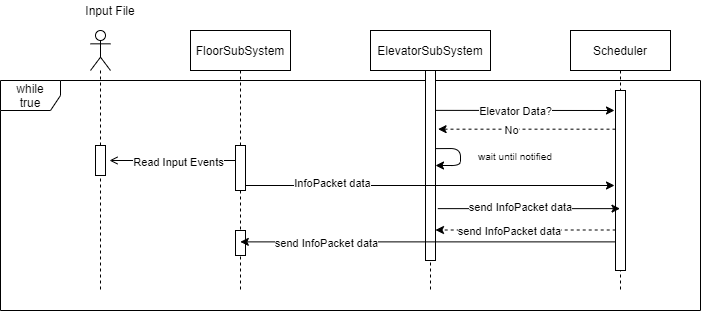
The draw.io diagram Project Details/UML/Sequence_UML_iterOne.png in SebGadzinski/SYSC3303-ElevatorProject, before a commit. Source tidied: cells renumbered, new cells last; positions are measured from the earlier drawing's top-left corner, leaving out a move shared by most shapes. The source it was exported from:
```xml
<mxGraphModel>
  <root>
    <mxCell id="0" />
    <mxCell id="1" parent="0" />
    <mxCell id="2" value="while&lt;br&gt;true" style="shape=umlFrame;whiteSpace=wrap;html=1;" parent="1" vertex="1">
      <mxGeometry y="80" width="700" height="230" as="geometry" />
    </mxCell>
    <mxCell id="3" value="ElevatorSubSystem" style="shape=umlLifeline;perimeter=lifelinePerimeter;rounded=0;shadow=0;strokeWidth=1;" parent="1" vertex="1">
      <mxGeometry x="370" y="30" width="120" height="260" as="geometry" />
    </mxCell>
    <mxCell id="4" style="html=1;points=[];perimeter=orthogonalPerimeter;" parent="3" vertex="1">
      <mxGeometry x="55" y="40" width="10" height="190" as="geometry" />
    </mxCell>
    <mxCell id="5" style="endArrow=classic;html=1;exitX=1.029;exitY=0.513;exitDx=0;exitDy=0;exitPerimeter=0;" parent="3" edge="1">
      <mxGeometry relative="1" as="geometry">
        <mxPoint x="65.3" y="118.1" as="sourcePoint" />
        <mxPoint x="65" y="135" as="targetPoint" />
        <Array as="points">
          <mxPoint x="90" y="118" />
          <mxPoint x="90" y="135" />
        </Array>
      </mxGeometry>
    </mxCell>
    <mxCell id="6" value="FloorSubSystem" style="shape=umlLifeline;perimeter=lifelinePerimeter;rounded=0;shadow=0;strokeWidth=1;" parent="1" vertex="1">
      <mxGeometry x="190" y="30" width="100" height="260" as="geometry" />
    </mxCell>
    <mxCell id="7" style="html=1;points=[];perimeter=orthogonalPerimeter;" parent="6" vertex="1">
      <mxGeometry x="45" y="115" width="10" height="45" as="geometry" />
    </mxCell>
    <mxCell id="8" style="html=1;perimeter=orthogonalPerimeter;" parent="6" vertex="1">
      <mxGeometry x="45" y="200" width="10" height="25" as="geometry" />
    </mxCell>
    <mxCell id="9" value="Scheduler" style="shape=umlLifeline;perimeter=lifelinePerimeter;rounded=0;shadow=0;strokeWidth=1;" parent="1" vertex="1">
      <mxGeometry x="570" y="30" width="100" height="260" as="geometry" />
    </mxCell>
    <mxCell id="10" style="html=1;points=[];perimeter=orthogonalPerimeter;" parent="9" vertex="1">
      <mxGeometry x="45" y="60" width="10" height="180" as="geometry" />
    </mxCell>
    <mxCell id="11" style="shape=umlLifeline;participant=umlActor;perimeter=lifelinePerimeter;whiteSpace=wrap;html=1;verticalAlign=top;spacingTop=36;" parent="1" vertex="1">
      <mxGeometry x="90" y="30" width="20" height="260" as="geometry" />
    </mxCell>
    <mxCell id="12" style="html=1;perimeter=orthogonalPerimeter;" parent="11" vertex="1">
      <mxGeometry x="5" y="115" width="10" height="30" as="geometry" />
    </mxCell>
    <mxCell id="13" value="Input File" style="text;html=1;strokeColor=none;fillColor=none;align=center;verticalAlign=middle;whiteSpace=wrap;rounded=0;" parent="1" vertex="1">
      <mxGeometry x="75" width="70" height="20" as="geometry" />
    </mxCell>
    <mxCell id="14" style="endArrow=open;html=1;endFill=0;" parent="1" edge="1" source="7">
      <mxGeometry relative="1" as="geometry">
        <mxPoint x="109" y="160" as="targetPoint" />
      </mxGeometry>
    </mxCell>
    <mxCell id="15" value="Read Input Events" style="edgeLabel;html=1;align=center;verticalAlign=middle;" parent="14" vertex="1">
      <mxGeometry x="-0.28" y="2" relative="1" as="geometry">
        <mxPoint x="-12" as="offset" />
      </mxGeometry>
    </mxCell>
    <mxCell id="16" style="endArrow=classic;html=1;" parent="1" edge="1" source="7">
      <mxGeometry relative="1" as="geometry">
        <mxPoint x="614" y="185" as="targetPoint" />
      </mxGeometry>
    </mxCell>
    <mxCell id="17" value="InfoPacket data" style="edgeLabel;html=1;align=center;verticalAlign=middle;" parent="16" vertex="1">
      <mxGeometry x="-0.53" y="-2" relative="1" as="geometry">
        <mxPoint x="1.2" y="-4.2" as="offset" />
      </mxGeometry>
    </mxCell>
    <mxCell id="18" style="endArrow=classic;html=1;" parent="1" edge="1">
      <mxGeometry relative="1" as="geometry">
        <mxPoint x="435" y="109.9" as="sourcePoint" />
        <mxPoint x="614" y="110" as="targetPoint" />
      </mxGeometry>
    </mxCell>
    <mxCell id="19" value="Elevator Data?" style="edgeLabel;html=1;align=center;verticalAlign=middle;" parent="18" vertex="1">
      <mxGeometry x="-0.12" y="-1" relative="1" as="geometry" />
    </mxCell>
    <mxCell id="20" style="endArrow=classic;html=1;entryX=1.257;entryY=0.432;entryDx=0;entryDy=0;entryPerimeter=0;dashed=1;" parent="1" edge="1" source="10">
      <mxGeometry relative="1" as="geometry">
        <mxPoint x="437.6" y="128.7" as="targetPoint" />
      </mxGeometry>
    </mxCell>
    <mxCell id="21" value="No" style="edgeLabel;html=1;align=center;verticalAlign=middle;" parent="20" vertex="1">
      <mxGeometry x="0.18" y="1" relative="1" as="geometry" />
    </mxCell>
    <mxCell id="22" value="&lt;font style=&quot;font-size: 10px&quot;&gt;wait until notified&lt;/font&gt;" style="text;html=1;strokeColor=none;fillColor=none;align=center;verticalAlign=middle;whiteSpace=wrap;rounded=0;" parent="1" vertex="1">
      <mxGeometry x="460" y="145" width="110" height="20" as="geometry" />
    </mxCell>
    <mxCell id="23" style="endArrow=classic;html=1;dashed=1;exitX=0.021;exitY=0.775;exitDx=0;exitDy=0;exitPerimeter=0;" parent="1" edge="1" source="10" target="4">
      <mxGeometry relative="1" as="geometry" />
    </mxCell>
    <mxCell id="24" value="send InfoPacket data" style="edgeLabel;html=1;align=center;verticalAlign=middle;" parent="23" vertex="1">
      <mxGeometry x="0.18" y="1" relative="1" as="geometry" />
    </mxCell>
    <mxCell id="25" style="endArrow=classic;html=1;exitX=1.228;exitY=0.727;exitDx=0;exitDy=0;exitPerimeter=0;" parent="1" edge="1" source="4" target="9">
      <mxGeometry relative="1" as="geometry" />
    </mxCell>
    <mxCell id="26" value="send InfoPacket data" style="edgeLabel;html=1;align=center;verticalAlign=middle;" parent="25" vertex="1">
      <mxGeometry x="-0.1" y="1" relative="1" as="geometry" />
    </mxCell>
    <mxCell id="27" style="endArrow=classic;html=1;exitX=0.021;exitY=0.841;exitDx=0;exitDy=0;exitPerimeter=0;" parent="1" edge="1" source="10" target="6">
      <mxGeometry relative="1" as="geometry" />
    </mxCell>
    <mxCell id="28" value="send InfoPacket data" style="edgeLabel;html=1;align=center;verticalAlign=middle;" parent="27" vertex="1">
      <mxGeometry x="0.54" y="1" relative="1" as="geometry" />
    </mxCell>
  </root>
</mxGraphModel>
```
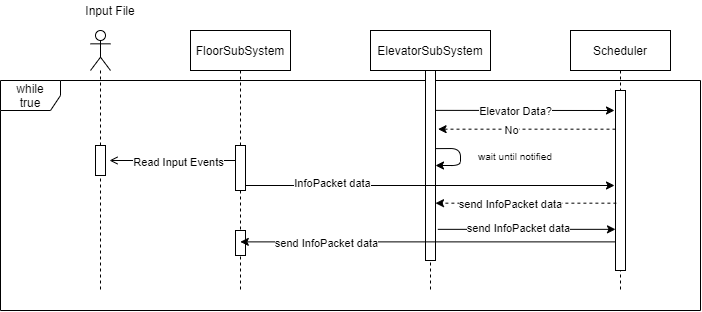
The same diagram one commit later.

Commit message:
Updated Sequence Diagram

Diff of the diagram source:
```diff
@@ -85,13 +85,13 @@
     <mxCell id="22" value="&lt;font style=&quot;font-size: 10px&quot;&gt;wait until notified&lt;/font&gt;" style="text;html=1;strokeColor=none;fillColor=none;align=center;verticalAlign=middle;whiteSpace=wrap;rounded=0;" parent="1" vertex="1">
       <mxGeometry x="460" y="145" width="110" height="20" as="geometry" />
     </mxCell>
-    <mxCell id="23" style="endArrow=classic;html=1;dashed=1;exitX=0.021;exitY=0.775;exitDx=0;exitDy=0;exitPerimeter=0;" parent="1" edge="1" source="10" target="4">
+    <mxCell id="23" style="endArrow=classic;html=1;dashed=1;exitX=0.09;exitY=0.626;exitDx=0;exitDy=0;exitPerimeter=0;" parent="1" edge="1" source="10" target="4">
       <mxGeometry relative="1" as="geometry" />
     </mxCell>
     <mxCell id="24" value="send InfoPacket data" style="edgeLabel;html=1;align=center;verticalAlign=middle;" parent="23" vertex="1">
       <mxGeometry x="0.18" y="1" relative="1" as="geometry" />
     </mxCell>
-    <mxCell id="25" style="endArrow=classic;html=1;exitX=1.228;exitY=0.727;exitDx=0;exitDy=0;exitPerimeter=0;" parent="1" edge="1" source="4" target="9">
+    <mxCell id="25" style="endArrow=classic;html=1;exitX=1.228;exitY=0.836;exitDx=0;exitDy=0;exitPerimeter=0;" parent="1" edge="1" source="4" target="10">
       <mxGeometry relative="1" as="geometry" />
     </mxCell>
     <mxCell id="26" value="send InfoPacket data" style="edgeLabel;html=1;align=center;verticalAlign=middle;" parent="25" vertex="1">
```
